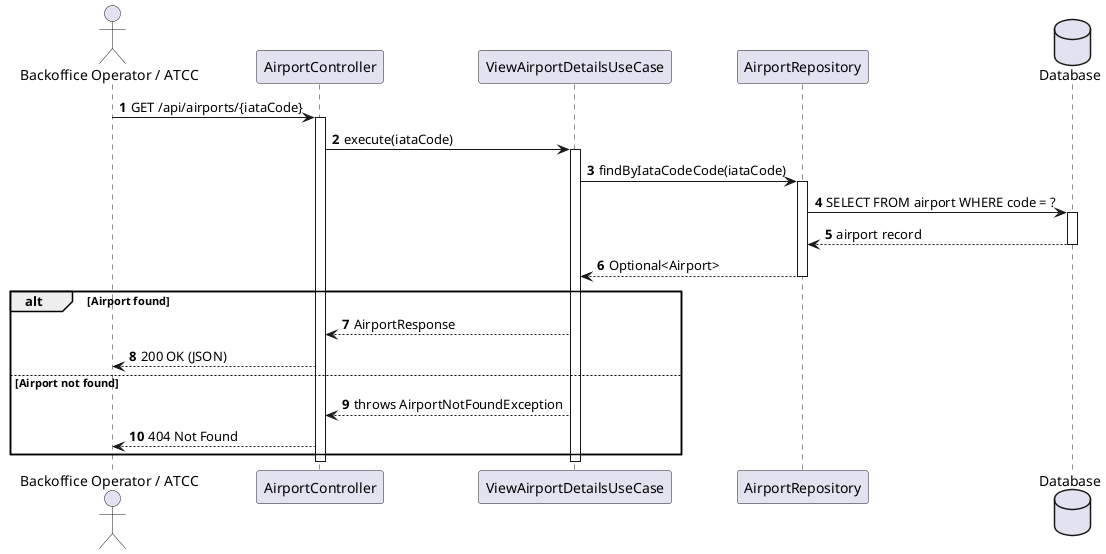
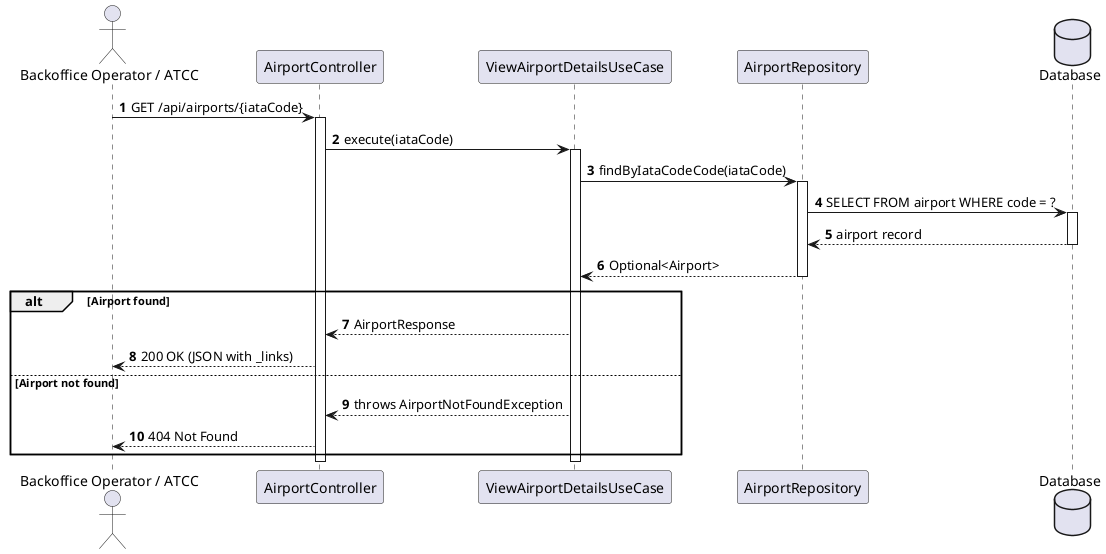
@startuml
autonumber
actor "Backoffice Operator / ATCC" as Actor
participant "AirportController" as Ctrl
participant "ViewAirportDetailsUseCase" as UC
participant "AirportRepository" as Repo
database "Database" as DB

Actor -> Ctrl : GET /api/airports/{iataCode}
activate Ctrl

Ctrl -> UC : execute(iataCode)
activate UC

UC -> Repo : findByIataCodeCode(iataCode)
activate Repo
Repo -> DB : SELECT FROM airport WHERE code = ?
activate DB
DB --> Repo : airport record
deactivate DB
Repo --> UC : Optional<Airport>
deactivate Repo

alt Airport found
  UC --> Ctrl : AirportResponse
-   Ctrl --> Actor : 200 OK (JSON)
+   Ctrl --> Actor : 200 OK (JSON with _links)
else Airport not found
  UC --> Ctrl : throws AirportNotFoundException
  Ctrl --> Actor : 404 Not Found
end

deactivate UC
deactivate Ctrl
@enduml
